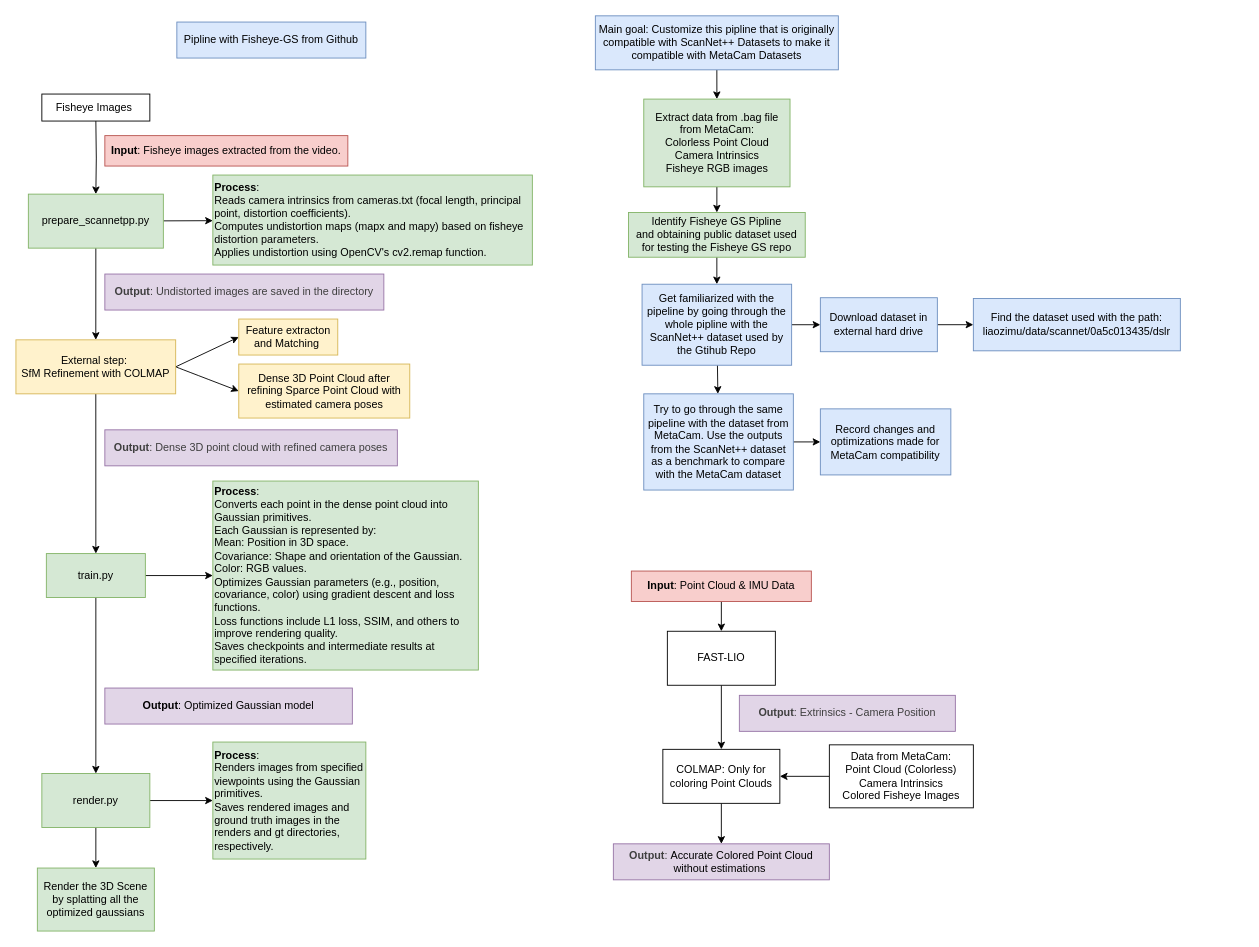
Above: 3DGS Pipeline.drawio in aza1re/Fisheye-GS (draw.io), before the change. Source tidied: cells renumbered, new cells numbered last; positions are measured from the earlier drawing's top-left corner, leaving out a move shared by most shapes. Both pictures are drawn from the tidied source at 90%, with x=0, y=0 at pixel (15, 15).
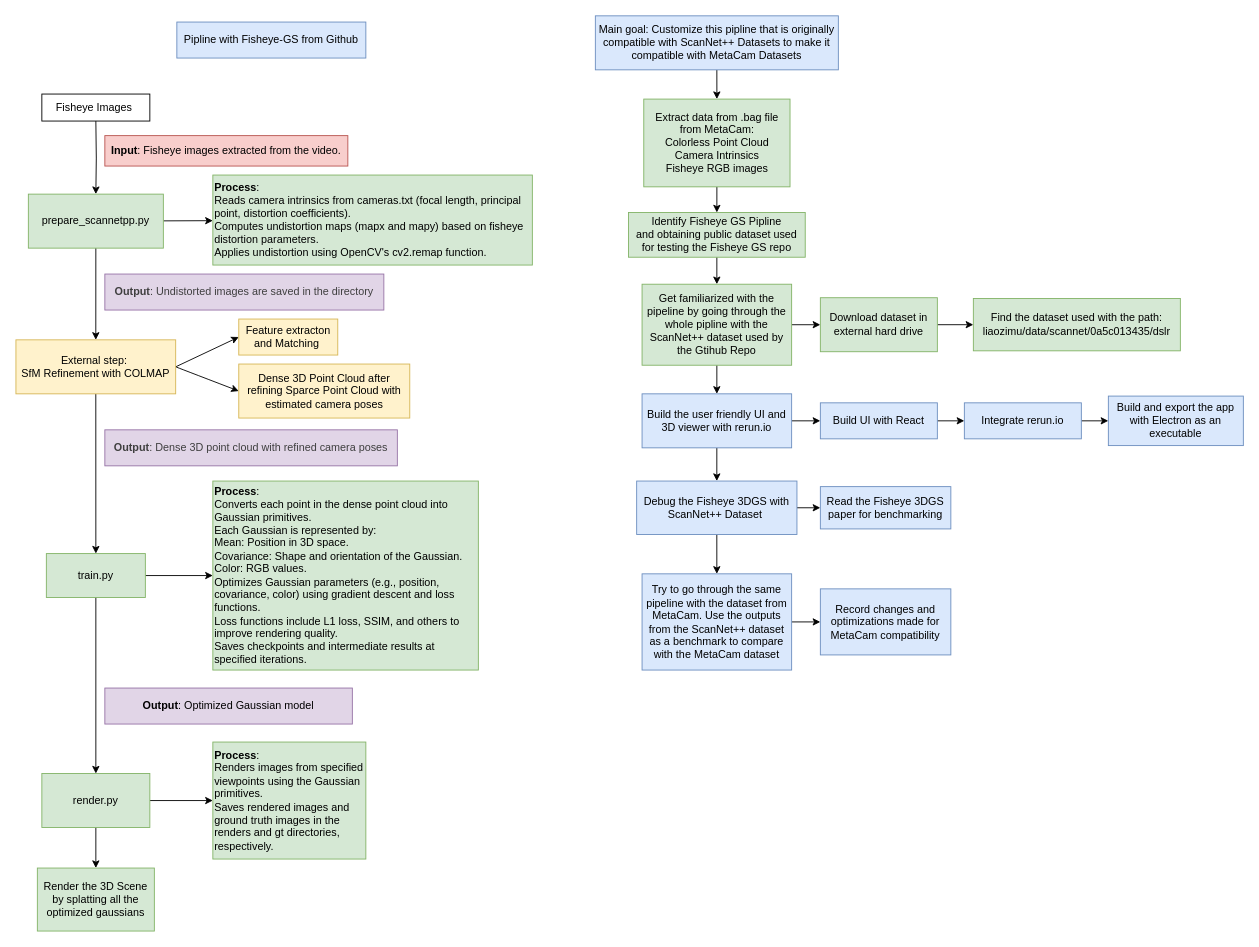
The same page after the edit.

What changed in the source:
```diff
@@
-    <mxCell id="28" style="edgeStyle=none;html=1;" parent="1" edge="1" source="29" target="31">
-      <mxGeometry relative="1" as="geometry" />
-    </mxCell>
-    <mxCell id="29" value="FAST-LIO" style="rounded=0;whiteSpace=wrap;html=1;" parent="1" vertex="1">
-      <mxGeometry x="724" y="683.9" width="120" height="60" as="geometry" />
-    </mxCell>
-    <mxCell id="30" style="edgeStyle=none;html=1;entryX=0.5;entryY=0;entryDx=0;entryDy=0;" parent="1" edge="1" source="31" target="37">
-      <mxGeometry relative="1" as="geometry" />
-    </mxCell>
-    <mxCell id="31" value="COLMAP: Only for coloring Point Clouds" style="rounded=0;whiteSpace=wrap;html=1;" parent="1" vertex="1">
-      <mxGeometry x="719" y="815.1" width="130" height="60" as="geometry" />
-    </mxCell>
-    <mxCell id="32" style="edgeStyle=none;html=1;" parent="1" edge="1" source="33" target="29">
-      <mxGeometry relative="1" as="geometry" />
-    </mxCell>
-    <mxCell id="33" value="&lt;b style=&quot;scrollbar-color: light-dark(#e2e2e2, #4b4b4b)&lt;br/&gt;&#9;&#9;&#9;&#9;&#9;light-dark(#fbfbfb, var(--dark-panel-color)); text-align: left;&quot;&gt;Input&lt;/b&gt;&lt;span style=&quot;color: rgb(0, 0, 0); text-align: left;&quot;&gt;: Point Cloud &amp;amp; IMU Data&lt;/span&gt;" style="rounded=0;whiteSpace=wrap;html=1;fillColor=#f8cecc;strokeColor=#b85450;" parent="1" vertex="1">
-      <mxGeometry x="684" y="617" width="200" height="33.8" as="geometry" />
-    </mxCell>
-    <mxCell id="34" value="&lt;b style=&quot;color: rgb(63, 63, 63); scrollbar-color: light-dark(#e2e2e2, #4b4b4b)&lt;br/&gt;&#9;&#9;&#9;&#9;&#9;light-dark(#fbfbfb, var(--dark-panel-color)); text-align: left;&quot;&gt;Output&lt;/b&gt;&lt;span style=&quot;color: rgb(63, 63, 63); text-align: left;&quot;&gt;: Extrinsics - Camera Position&lt;/span&gt;" style="rounded=0;whiteSpace=wrap;html=1;fillColor=#e1d5e7;strokeColor=#9673a6;" parent="1" vertex="1">
-      <mxGeometry x="804" y="755.1" width="240" height="40" as="geometry" />
-    </mxCell>
-    <mxCell id="35" style="edgeStyle=none;html=1;" parent="1" edge="1" source="36" target="31">
-      <mxGeometry relative="1" as="geometry" />
-    </mxCell>
-    <mxCell id="36" value="Data from MetaCam:&lt;br&gt;Point Cloud (Colorless)&lt;br&gt;Camera Intrinsics&lt;br&gt;Colored Fisheye Images" style="rounded=0;whiteSpace=wrap;html=1;" parent="1" vertex="1">
-      <mxGeometry x="904" y="810.1" width="160" height="70" as="geometry" />
-    </mxCell>
-    <mxCell id="37" value="&lt;b style=&quot;color: rgb(63, 63, 63); scrollbar-color: light-dark(#e2e2e2, #4b4b4b)&lt;br/&gt;&#9;&#9;&#9;&#9;&#9;light-dark(#fbfbfb, var(--dark-panel-color)); text-align: left;&quot;&gt;Output&lt;/b&gt;&lt;span style=&quot;color: rgb(63, 63, 63); text-align: left;&quot;&gt;:&amp;nbsp;&lt;span style=&quot;color: rgb(0, 0, 0); text-align: center;&quot;&gt;Accurate Colored Point Cloud without estimations&lt;/span&gt;&amp;nbsp;&lt;/span&gt;" style="rounded=0;whiteSpace=wrap;html=1;fillColor=#e1d5e7;strokeColor=#9673a6;" parent="1" vertex="1">
-      <mxGeometry x="664" y="920.1" width="240" height="40" as="geometry" />
-    </mxCell>
@@
-    <mxCell id="44" style="edgeStyle=none;html=1;" parent="1" edge="1" source="46" target="48">
+    <mxCell id="44" style="edgeStyle=none;html=1;entryX=0.5;entryY=0;entryDx=0;entryDy=0;" parent="1" edge="1" source="46" target="56">
       <mxGeometry relative="1" as="geometry" />
     </mxCell>
@@
-    <mxCell id="46" value="&lt;span style=&quot;color: rgb(0, 0, 0);&quot;&gt;Get familiarized with the pipeline by&lt;/span&gt;&amp;nbsp;going through the whole pipline with the ScanNet++ dataset used by the Gtihub Repo" style="whiteSpace=wrap;html=1;rounded=0;fillColor=#dae8fc;strokeColor=#6c8ebf;" parent="1" vertex="1">
+    <mxCell id="46" value="&lt;span style=&quot;color: rgb(0, 0, 0);&quot;&gt;Get familiarized with the pipeline by&lt;/span&gt;&amp;nbsp;going through the whole pipline with the ScanNet++ dataset used by the Gtihub Repo" style="whiteSpace=wrap;html=1;rounded=0;fillColor=#d5e8d4;strokeColor=#82b366;" parent="1" vertex="1">
       <mxGeometry x="695.9" y="298.3" width="166.2" height="90" as="geometry" />
     </mxCell>
@@
+    <mxCell id="53" style="edgeStyle=none;html=1;" parent="1" edge="1" source="48" target="63">
+      <mxGeometry relative="1" as="geometry" />
+    </mxCell>
-    <mxCell id="48" value="Try to go through the same pipeline with the dataset from MetaCam.&amp;nbsp;&lt;span style=&quot;color: rgb(0, 0, 0);&quot;&gt;Use the outputs from the ScanNet++ dataset as a benchmark to compare with the MetaCam dataset&lt;/span&gt;" style="whiteSpace=wrap;html=1;fillColor=#dae8fc;strokeColor=#6c8ebf;rounded=0;" parent="1" vertex="1">
-      <mxGeometry x="697.8" y="420.1" width="166.2" height="106.9" as="geometry" />
+    <mxCell id="48" value="Debug the Fisheye 3DGS with ScanNet++ Dataset&amp;nbsp;" style="whiteSpace=wrap;html=1;fillColor=#dae8fc;strokeColor=#6c8ebf;rounded=0;" parent="1" vertex="1">
+      <mxGeometry x="689.9" y="517" width="178.1" height="59.4" as="geometry" />
     </mxCell>
@@
-    <mxCell id="50" value="Download dataset in external hard drive" style="whiteSpace=wrap;html=1;fillColor=#dae8fc;strokeColor=#6c8ebf;rounded=0;" parent="1" vertex="1">
+    <mxCell id="50" value="Download dataset in external hard drive" style="whiteSpace=wrap;html=1;fillColor=#d5e8d4;strokeColor=#82b366;rounded=0;" parent="1" vertex="1">
       <mxGeometry x="894" y="313.3" width="130" height="60" as="geometry" />
     </mxCell>
-    <mxCell id="51" value="Find the dataset used with the path:&lt;br&gt;liaozimu/data/scannet/0a5c013435/dslr" style="whiteSpace=wrap;html=1;fillColor=#dae8fc;strokeColor=#6c8ebf;rounded=0;" parent="1" vertex="1">
+    <mxCell id="51" value="Find the dataset used with the path:&lt;br&gt;liaozimu/data/scannet/0a5c013435/dslr" style="whiteSpace=wrap;html=1;fillColor=#d5e8d4;strokeColor=#82b366;rounded=0;" parent="1" vertex="1">
       <mxGeometry x="1064" y="314.2" width="230" height="58.1" as="geometry" />
     </mxCell>
-    <mxCell id="52" value="Record changes and optimizations made for MetaCam compatibility" style="whiteSpace=wrap;html=1;fillColor=#dae8fc;strokeColor=#6c8ebf;rounded=0;" parent="1" vertex="1">
-      <mxGeometry x="894" y="436.8" width="145" height="73.4" as="geometry" />
+    <mxCell id="52" value="Read the Fisheye 3DGS paper for benchmarking" style="whiteSpace=wrap;html=1;fillColor=#dae8fc;strokeColor=#6c8ebf;rounded=0;" parent="1" vertex="1">
+      <mxGeometry x="894" y="523.2" width="145" height="47" as="geometry" />
     </mxCell>
+    <mxCell id="54" style="edgeStyle=none;html=1;" parent="1" edge="1" source="56" target="58">
+      <mxGeometry relative="1" as="geometry" />
+    </mxCell>
+    <mxCell id="55" style="edgeStyle=none;html=1;" parent="1" edge="1" source="56" target="48">
+      <mxGeometry relative="1" as="geometry" />
+    </mxCell>
+    <mxCell id="56" value="Build the user friendly UI and 3D viewer with rerun.io" style="whiteSpace=wrap;html=1;fillColor=#dae8fc;strokeColor=#6c8ebf;rounded=0;" parent="1" vertex="1">
+      <mxGeometry x="695.9" y="420.1" width="166.2" height="60" as="geometry" />
+    </mxCell>
+    <mxCell id="57" style="edgeStyle=none;html=1;" parent="1" edge="1" source="58" target="60">
+      <mxGeometry relative="1" as="geometry" />
+    </mxCell>
+    <mxCell id="58" value="Build UI with React" style="whiteSpace=wrap;html=1;fillColor=#dae8fc;strokeColor=#6c8ebf;rounded=0;" parent="1" vertex="1">
+      <mxGeometry x="894" y="430.1" width="130" height="40" as="geometry" />
+    </mxCell>
+    <mxCell id="59" style="edgeStyle=none;html=1;" parent="1" edge="1" source="60" target="61">
+      <mxGeometry relative="1" as="geometry" />
+    </mxCell>
+    <mxCell id="60" value="Integrate rerun.io" style="whiteSpace=wrap;html=1;fillColor=#dae8fc;strokeColor=#6c8ebf;rounded=0;" parent="1" vertex="1">
+      <mxGeometry x="1054" y="430.1" width="130" height="40" as="geometry" />
+    </mxCell>
+    <mxCell id="61" value="Build and export the app with Electron as an executable" style="whiteSpace=wrap;html=1;fillColor=#dae8fc;strokeColor=#6c8ebf;rounded=0;" parent="1" vertex="1">
+      <mxGeometry x="1214" y="422.6" width="150" height="55" as="geometry" />
+    </mxCell>
+    <mxCell id="62" style="edgeStyle=none;html=1;" parent="1" edge="1" source="63" target="64">
+      <mxGeometry relative="1" as="geometry" />
+    </mxCell>
+    <mxCell id="63" value="Try to go through the same pipeline with the dataset from MetaCam.&amp;nbsp;&lt;span style=&quot;color: rgb(0, 0, 0);&quot;&gt;Use the outputs from the ScanNet++ dataset as a benchmark to compare with the MetaCam dataset&lt;/span&gt;" style="whiteSpace=wrap;html=1;fillColor=#dae8fc;strokeColor=#6c8ebf;rounded=0;" parent="1" vertex="1">
+      <mxGeometry x="695.9" y="620.1" width="166.2" height="106.9" as="geometry" />
+    </mxCell>
+    <mxCell id="64" value="Record changes and optimizations made for MetaCam compatibility" style="whiteSpace=wrap;html=1;fillColor=#dae8fc;strokeColor=#6c8ebf;rounded=0;" parent="1" vertex="1">
+      <mxGeometry x="894" y="636.8" width="145" height="73.4" as="geometry" />
+    </mxCell>
```
